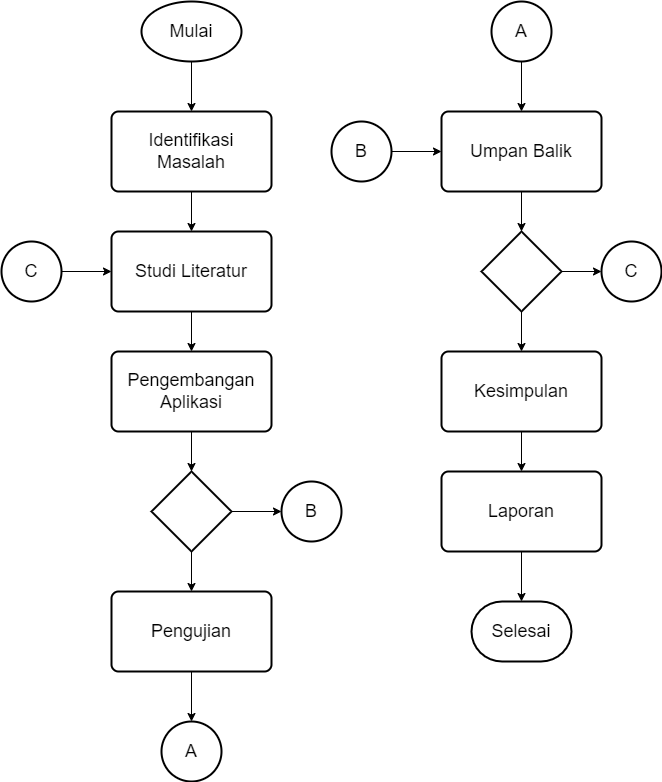
The draw.io diagram design/skripsi-flowchart.png in gldnpz17/skripsi-app, before a commit. Source tidied: cells renumbered, new cells last; positions are measured from the earlier drawing's top-left corner, leaving out a move shared by most shapes. Source of this version:
```xml
<mxGraphModel>
  <root>
    <mxCell id="0" />
    <mxCell id="1" parent="0" />
    <mxCell id="2" style="edgeStyle=none;html=1;entryX=0.5;entryY=0;entryDx=0;entryDy=0;fontSize=18;exitX=0.5;exitY=1;exitDx=0;exitDy=0;exitPerimeter=0;" parent="1" edge="1" source="11" target="4">
      <mxGeometry relative="1" as="geometry" />
    </mxCell>
    <mxCell id="3" style="edgeStyle=none;html=1;entryX=0.5;entryY=0;entryDx=0;entryDy=0;fontSize=18;" parent="1" edge="1" source="4" target="6">
      <mxGeometry relative="1" as="geometry" />
    </mxCell>
    <mxCell id="4" value="&lt;font style=&quot;font-size: 18px;&quot;&gt;Identifikasi Masalah&lt;/font&gt;" style="rounded=1;whiteSpace=wrap;html=1;absoluteArcSize=1;arcSize=14;strokeWidth=2;" parent="1" vertex="1">
      <mxGeometry x="110" y="110" width="160" height="80" as="geometry" />
    </mxCell>
    <mxCell id="5" style="edgeStyle=orthogonalEdgeStyle;html=1;fontSize=18;" parent="1" edge="1" source="6" target="8">
      <mxGeometry relative="1" as="geometry" />
    </mxCell>
    <mxCell id="6" value="&lt;font style=&quot;font-size: 18px;&quot;&gt;Studi Literatur&lt;/font&gt;" style="rounded=1;whiteSpace=wrap;html=1;absoluteArcSize=1;arcSize=14;strokeWidth=2;" parent="1" vertex="1">
      <mxGeometry x="110" y="230" width="160" height="80" as="geometry" />
    </mxCell>
    <mxCell id="7" style="edgeStyle=orthogonalEdgeStyle;html=1;entryX=0.5;entryY=0;entryDx=0;entryDy=0;entryPerimeter=0;fontSize=18;" parent="1" edge="1" source="8" target="10">
      <mxGeometry relative="1" as="geometry" />
    </mxCell>
    <mxCell id="8" value="&lt;font style=&quot;font-size: 18px;&quot;&gt;Pengembangan Aplikasi&lt;/font&gt;" style="rounded=1;whiteSpace=wrap;html=1;absoluteArcSize=1;arcSize=14;strokeWidth=2;" parent="1" vertex="1">
      <mxGeometry x="110" y="350" width="160" height="80" as="geometry" />
    </mxCell>
    <mxCell id="9" style="edgeStyle=orthogonalEdgeStyle;html=1;entryX=0;entryY=0.5;entryDx=0;entryDy=0;entryPerimeter=0;fontSize=18;" parent="1" edge="1" source="10" target="26">
      <mxGeometry relative="1" as="geometry" />
    </mxCell>
    <mxCell id="10" style="strokeWidth=2;html=1;shape=mxgraph.flowchart.decision;whiteSpace=wrap;fontSize=18;" parent="1" vertex="1">
      <mxGeometry x="150" y="470" width="80" height="80" as="geometry" />
    </mxCell>
    <mxCell id="11" value="Mulai" style="strokeWidth=2;html=1;shape=mxgraph.flowchart.start_1;whiteSpace=wrap;fontSize=18;" parent="1" vertex="1">
      <mxGeometry x="140" width="100" height="60" as="geometry" />
    </mxCell>
    <mxCell id="12" style="edgeStyle=orthogonalEdgeStyle;html=1;entryX=0.5;entryY=0;entryDx=0;entryDy=0;fontSize=18;entryPerimeter=0;" parent="1" edge="1" source="13" target="25">
      <mxGeometry relative="1" as="geometry" />
    </mxCell>
    <mxCell id="13" value="&lt;font style=&quot;font-size: 18px;&quot;&gt;Pengujian&lt;/font&gt;" style="rounded=1;whiteSpace=wrap;html=1;absoluteArcSize=1;arcSize=14;strokeWidth=2;" parent="1" vertex="1">
      <mxGeometry x="110" y="590" width="160" height="80" as="geometry" />
    </mxCell>
    <mxCell id="14" style="edgeStyle=orthogonalEdgeStyle;html=1;fontSize=18;" parent="1" edge="1" target="13">
      <mxGeometry relative="1" as="geometry">
        <mxPoint x="190" y="550" as="sourcePoint" />
      </mxGeometry>
    </mxCell>
    <mxCell id="15" value="&lt;font style=&quot;font-size: 18px;&quot;&gt;Selesai&lt;/font&gt;" style="strokeWidth=2;html=1;shape=mxgraph.flowchart.terminator;whiteSpace=wrap;" parent="1" vertex="1">
      <mxGeometry x="470" y="600" width="100" height="60" as="geometry" />
    </mxCell>
    <mxCell id="16" style="edgeStyle=orthogonalEdgeStyle;html=1;entryX=0.5;entryY=0;entryDx=0;entryDy=0;entryPerimeter=0;fontSize=18;" parent="1" edge="1" source="17" target="24">
      <mxGeometry relative="1" as="geometry" />
    </mxCell>
    <mxCell id="17" value="&lt;font style=&quot;font-size: 18px;&quot;&gt;Umpan Balik&lt;/font&gt;" style="rounded=1;whiteSpace=wrap;html=1;absoluteArcSize=1;arcSize=14;strokeWidth=2;" parent="1" vertex="1">
      <mxGeometry x="440" y="110" width="160" height="80" as="geometry" />
    </mxCell>
    <mxCell id="18" style="edgeStyle=orthogonalEdgeStyle;html=1;fontSize=18;" parent="1" edge="1" source="19" target="21">
      <mxGeometry relative="1" as="geometry" />
    </mxCell>
    <mxCell id="19" value="&lt;font style=&quot;font-size: 18px;&quot;&gt;Kesimpulan&lt;/font&gt;" style="rounded=1;whiteSpace=wrap;html=1;absoluteArcSize=1;arcSize=14;strokeWidth=2;" parent="1" vertex="1">
      <mxGeometry x="440" y="350" width="160" height="80" as="geometry" />
    </mxCell>
    <mxCell id="20" style="edgeStyle=orthogonalEdgeStyle;html=1;entryX=0.5;entryY=0;entryDx=0;entryDy=0;entryPerimeter=0;fontSize=18;" parent="1" edge="1" source="21" target="15">
      <mxGeometry relative="1" as="geometry" />
    </mxCell>
    <mxCell id="21" value="&lt;font style=&quot;font-size: 18px;&quot;&gt;Laporan&lt;/font&gt;" style="rounded=1;whiteSpace=wrap;html=1;absoluteArcSize=1;arcSize=14;strokeWidth=2;" parent="1" vertex="1">
      <mxGeometry x="440" y="470" width="160" height="80" as="geometry" />
    </mxCell>
    <mxCell id="22" style="edgeStyle=orthogonalEdgeStyle;html=1;entryX=0.5;entryY=0;entryDx=0;entryDy=0;fontSize=18;" parent="1" edge="1" source="24" target="19">
      <mxGeometry relative="1" as="geometry" />
    </mxCell>
    <mxCell id="23" style="edgeStyle=orthogonalEdgeStyle;html=1;fontSize=18;entryX=0;entryY=0.5;entryDx=0;entryDy=0;entryPerimeter=0;" parent="1" edge="1" source="24" target="31">
      <mxGeometry relative="1" as="geometry" />
    </mxCell>
    <mxCell id="24" style="strokeWidth=2;html=1;shape=mxgraph.flowchart.decision;whiteSpace=wrap;fontSize=18;" parent="1" vertex="1">
      <mxGeometry x="480" y="230" width="80" height="80" as="geometry" />
    </mxCell>
    <mxCell id="25" value="A" style="strokeWidth=2;html=1;shape=mxgraph.flowchart.start_2;whiteSpace=wrap;fontSize=18;" parent="1" vertex="1">
      <mxGeometry x="160" y="720" width="60" height="60" as="geometry" />
    </mxCell>
    <mxCell id="26" value="B" style="strokeWidth=2;html=1;shape=mxgraph.flowchart.start_2;whiteSpace=wrap;fontSize=18;" parent="1" vertex="1">
      <mxGeometry x="280" y="480" width="60" height="60" as="geometry" />
    </mxCell>
    <mxCell id="27" style="edgeStyle=orthogonalEdgeStyle;html=1;entryX=0.5;entryY=0;entryDx=0;entryDy=0;fontSize=18;" parent="1" edge="1" source="28" target="17">
      <mxGeometry relative="1" as="geometry" />
    </mxCell>
    <mxCell id="28" value="A" style="strokeWidth=2;html=1;shape=mxgraph.flowchart.start_2;whiteSpace=wrap;fontSize=18;" parent="1" vertex="1">
      <mxGeometry x="490" width="60" height="60" as="geometry" />
    </mxCell>
    <mxCell id="29" style="edgeStyle=orthogonalEdgeStyle;html=1;entryX=0;entryY=0.5;entryDx=0;entryDy=0;fontSize=18;" parent="1" edge="1" source="30" target="17">
      <mxGeometry relative="1" as="geometry" />
    </mxCell>
    <mxCell id="30" value="B" style="strokeWidth=2;html=1;shape=mxgraph.flowchart.start_2;whiteSpace=wrap;fontSize=18;" parent="1" vertex="1">
      <mxGeometry x="330" y="120" width="60" height="60" as="geometry" />
    </mxCell>
    <mxCell id="31" value="C" style="strokeWidth=2;html=1;shape=mxgraph.flowchart.start_2;whiteSpace=wrap;fontSize=18;" parent="1" vertex="1">
      <mxGeometry x="600" y="240" width="60" height="60" as="geometry" />
    </mxCell>
    <mxCell id="32" style="edgeStyle=orthogonalEdgeStyle;html=1;entryX=0;entryY=0.5;entryDx=0;entryDy=0;fontSize=18;" parent="1" edge="1" source="33" target="6">
      <mxGeometry relative="1" as="geometry" />
    </mxCell>
    <mxCell id="33" value="C" style="strokeWidth=2;html=1;shape=mxgraph.flowchart.start_2;whiteSpace=wrap;fontSize=18;" parent="1" vertex="1">
      <mxGeometry y="240" width="60" height="60" as="geometry" />
    </mxCell>
  </root>
</mxGraphModel>
```
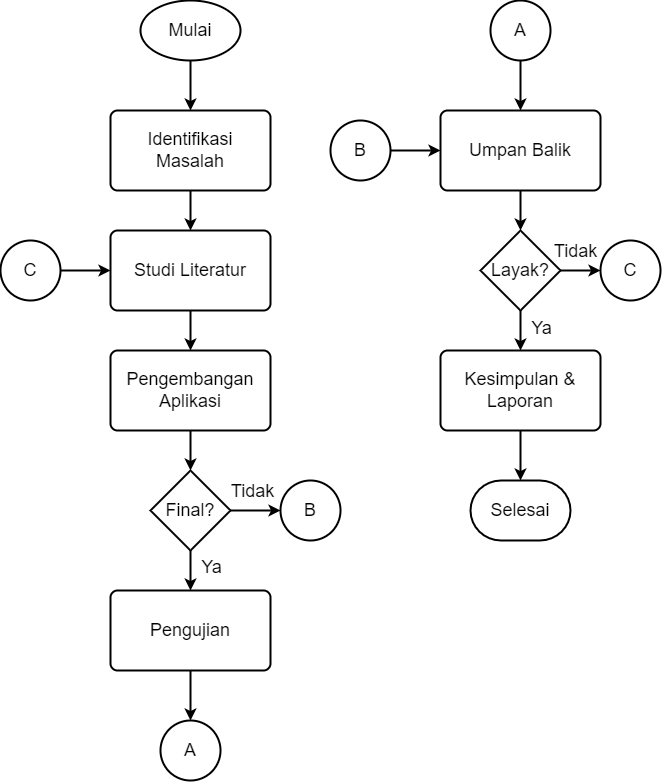
The same diagram one commit later.

The edit, as a diff of the source:
```diff
@@ -2,75 +2,89 @@
   <root>
     <mxCell id="0" />
     <mxCell id="1" parent="0" />
-    <mxCell id="2" style="edgeStyle=none;html=1;entryX=0.5;entryY=0;entryDx=0;entryDy=0;fontSize=18;exitX=0.5;exitY=1;exitDx=0;exitDy=0;exitPerimeter=0;" parent="1" edge="1" source="11" target="4">
+    <mxCell id="2" style="edgeStyle=none;html=1;entryX=0.5;entryY=0;entryDx=0;entryDy=0;fontSize=18;exitX=0.5;exitY=1;exitDx=0;exitDy=0;exitPerimeter=0;strokeWidth=2;" parent="1" edge="1" source="11" target="4">
       <mxGeometry relative="1" as="geometry" />
     </mxCell>
-    <mxCell id="3" style="edgeStyle=none;html=1;entryX=0.5;entryY=0;entryDx=0;entryDy=0;fontSize=18;" parent="1" edge="1" source="4" target="6">
+    <mxCell id="3" style="edgeStyle=none;html=1;entryX=0.5;entryY=0;entryDx=0;entryDy=0;fontSize=18;strokeWidth=2;" parent="1" edge="1" source="4" target="6">
       <mxGeometry relative="1" as="geometry" />
     </mxCell>
     <mxCell id="4" value="&lt;font style=&quot;font-size: 18px;&quot;&gt;Identifikasi Masalah&lt;/font&gt;" style="rounded=1;whiteSpace=wrap;html=1;absoluteArcSize=1;arcSize=14;strokeWidth=2;" parent="1" vertex="1">
       <mxGeometry x="110" y="110" width="160" height="80" as="geometry" />
     </mxCell>
-    <mxCell id="5" style="edgeStyle=orthogonalEdgeStyle;html=1;fontSize=18;" parent="1" edge="1" source="6" target="8">
+    <mxCell id="5" style="edgeStyle=orthogonalEdgeStyle;html=1;fontSize=18;strokeWidth=2;" parent="1" edge="1" source="6" target="8">
       <mxGeometry relative="1" as="geometry" />
     </mxCell>
     <mxCell id="6" value="&lt;font style=&quot;font-size: 18px;&quot;&gt;Studi Literatur&lt;/font&gt;" style="rounded=1;whiteSpace=wrap;html=1;absoluteArcSize=1;arcSize=14;strokeWidth=2;" parent="1" vertex="1">
       <mxGeometry x="110" y="230" width="160" height="80" as="geometry" />
     </mxCell>
-    <mxCell id="7" style="edgeStyle=orthogonalEdgeStyle;html=1;entryX=0.5;entryY=0;entryDx=0;entryDy=0;entryPerimeter=0;fontSize=18;" parent="1" edge="1" source="8" target="10">
+    <mxCell id="7" style="edgeStyle=orthogonalEdgeStyle;html=1;entryX=0.5;entryY=0;entryDx=0;entryDy=0;entryPerimeter=0;fontSize=18;strokeWidth=2;" parent="1" edge="1" source="8" target="10">
       <mxGeometry relative="1" as="geometry" />
     </mxCell>
     <mxCell id="8" value="&lt;font style=&quot;font-size: 18px;&quot;&gt;Pengembangan Aplikasi&lt;/font&gt;" style="rounded=1;whiteSpace=wrap;html=1;absoluteArcSize=1;arcSize=14;strokeWidth=2;" parent="1" vertex="1">
       <mxGeometry x="110" y="350" width="160" height="80" as="geometry" />
     </mxCell>
-    <mxCell id="9" style="edgeStyle=orthogonalEdgeStyle;html=1;entryX=0;entryY=0.5;entryDx=0;entryDy=0;entryPerimeter=0;fontSize=18;" parent="1" edge="1" source="10" target="26">
+    <mxCell id="9" style="edgeStyle=orthogonalEdgeStyle;html=1;entryX=0;entryY=0.5;entryDx=0;entryDy=0;entryPerimeter=0;fontSize=18;strokeWidth=2;" parent="1" edge="1" source="10" target="26">
       <mxGeometry relative="1" as="geometry" />
     </mxCell>
+    <mxCell id="34" value="&lt;font style=&quot;font-size: 18px;&quot;&gt;Tidak&lt;/font&gt;" style="edgeLabel;html=1;align=center;verticalAlign=middle;" parent="9" vertex="1">
+      <mxGeometry x="-0.74" y="1" relative="1" as="geometry">
+        <mxPoint x="14" y="-19" as="offset" />
+      </mxGeometry>
+    </mxCell>
-    <mxCell id="10" style="strokeWidth=2;html=1;shape=mxgraph.flowchart.decision;whiteSpace=wrap;fontSize=18;" parent="1" vertex="1">
+    <mxCell id="10" value="Final?" style="strokeWidth=2;html=1;shape=mxgraph.flowchart.decision;whiteSpace=wrap;fontSize=18;" parent="1" vertex="1">
       <mxGeometry x="150" y="470" width="80" height="80" as="geometry" />
     </mxCell>
     <mxCell id="11" value="Mulai" style="strokeWidth=2;html=1;shape=mxgraph.flowchart.start_1;whiteSpace=wrap;fontSize=18;" parent="1" vertex="1">
       <mxGeometry x="140" width="100" height="60" as="geometry" />
     </mxCell>
-    <mxCell id="12" style="edgeStyle=orthogonalEdgeStyle;html=1;entryX=0.5;entryY=0;entryDx=0;entryDy=0;fontSize=18;entryPerimeter=0;" parent="1" edge="1" source="13" target="25">
+    <mxCell id="12" style="edgeStyle=orthogonalEdgeStyle;html=1;entryX=0.5;entryY=0;entryDx=0;entryDy=0;fontSize=18;entryPerimeter=0;strokeWidth=2;" parent="1" edge="1" source="13" target="25">
       <mxGeometry relative="1" as="geometry" />
     </mxCell>
     <mxCell id="13" value="&lt;font style=&quot;font-size: 18px;&quot;&gt;Pengujian&lt;/font&gt;" style="rounded=1;whiteSpace=wrap;html=1;absoluteArcSize=1;arcSize=14;strokeWidth=2;" parent="1" vertex="1">
       <mxGeometry x="110" y="590" width="160" height="80" as="geometry" />
     </mxCell>
-    <mxCell id="14" style="edgeStyle=orthogonalEdgeStyle;html=1;fontSize=18;" parent="1" edge="1" target="13">
+    <mxCell id="14" style="edgeStyle=orthogonalEdgeStyle;html=1;fontSize=18;strokeWidth=2;" parent="1" edge="1" target="13">
       <mxGeometry relative="1" as="geometry">
         <mxPoint x="190" y="550" as="sourcePoint" />
       </mxGeometry>
     </mxCell>
+    <mxCell id="35" value="&lt;font style=&quot;font-size: 18px;&quot;&gt;Ya&lt;/font&gt;" style="edgeLabel;html=1;align=center;verticalAlign=middle;" parent="14" vertex="1">
+      <mxGeometry x="-0.78" relative="1" as="geometry">
+        <mxPoint x="20" y="12" as="offset" />
+      </mxGeometry>
+    </mxCell>
     <mxCell id="15" value="&lt;font style=&quot;font-size: 18px;&quot;&gt;Selesai&lt;/font&gt;" style="strokeWidth=2;html=1;shape=mxgraph.flowchart.terminator;whiteSpace=wrap;" parent="1" vertex="1">
-      <mxGeometry x="470" y="600" width="100" height="60" as="geometry" />
+      <mxGeometry x="470" y="480" width="100" height="60" as="geometry" />
     </mxCell>
-    <mxCell id="16" style="edgeStyle=orthogonalEdgeStyle;html=1;entryX=0.5;entryY=0;entryDx=0;entryDy=0;entryPerimeter=0;fontSize=18;" parent="1" edge="1" source="17" target="24">
+    <mxCell id="16" style="edgeStyle=orthogonalEdgeStyle;html=1;entryX=0.5;entryY=0;entryDx=0;entryDy=0;entryPerimeter=0;fontSize=18;strokeWidth=2;" parent="1" edge="1" source="17" target="24">
       <mxGeometry relative="1" as="geometry" />
     </mxCell>
     <mxCell id="17" value="&lt;font style=&quot;font-size: 18px;&quot;&gt;Umpan Balik&lt;/font&gt;" style="rounded=1;whiteSpace=wrap;html=1;absoluteArcSize=1;arcSize=14;strokeWidth=2;" parent="1" vertex="1">
       <mxGeometry x="440" y="110" width="160" height="80" as="geometry" />
     </mxCell>
-    <mxCell id="18" style="edgeStyle=orthogonalEdgeStyle;html=1;fontSize=18;" parent="1" edge="1" source="19" target="21">
-      <mxGeometry relative="1" as="geometry" />
-    </mxCell>
-    <mxCell id="19" value="&lt;font style=&quot;font-size: 18px;&quot;&gt;Kesimpulan&lt;/font&gt;" style="rounded=1;whiteSpace=wrap;html=1;absoluteArcSize=1;arcSize=14;strokeWidth=2;" parent="1" vertex="1">
+    <mxCell id="19" value="&lt;font style=&quot;font-size: 18px;&quot;&gt;Kesimpulan &amp;amp; Laporan&lt;/font&gt;" style="rounded=1;whiteSpace=wrap;html=1;absoluteArcSize=1;arcSize=14;strokeWidth=2;" parent="1" vertex="1">
       <mxGeometry x="440" y="350" width="160" height="80" as="geometry" />
     </mxCell>
-    <mxCell id="20" style="edgeStyle=orthogonalEdgeStyle;html=1;entryX=0.5;entryY=0;entryDx=0;entryDy=0;entryPerimeter=0;fontSize=18;" parent="1" edge="1" source="21" target="15">
+    <mxCell id="20" style="edgeStyle=orthogonalEdgeStyle;html=1;entryX=0.5;entryY=0;entryDx=0;entryDy=0;entryPerimeter=0;fontSize=18;strokeWidth=2;" parent="1" edge="1" source="19" target="15">
       <mxGeometry relative="1" as="geometry" />
     </mxCell>
-    <mxCell id="21" value="&lt;font style=&quot;font-size: 18px;&quot;&gt;Laporan&lt;/font&gt;" style="rounded=1;whiteSpace=wrap;html=1;absoluteArcSize=1;arcSize=14;strokeWidth=2;" parent="1" vertex="1">
-      <mxGeometry x="440" y="470" width="160" height="80" as="geometry" />
-    </mxCell>
-    <mxCell id="22" style="edgeStyle=orthogonalEdgeStyle;html=1;entryX=0.5;entryY=0;entryDx=0;entryDy=0;fontSize=18;" parent="1" edge="1" source="24" target="19">
+    <mxCell id="22" style="edgeStyle=orthogonalEdgeStyle;html=1;entryX=0.5;entryY=0;entryDx=0;entryDy=0;fontSize=18;strokeWidth=2;" parent="1" edge="1" source="24" target="19">
       <mxGeometry relative="1" as="geometry" />
     </mxCell>
+    <mxCell id="36" value="&lt;font style=&quot;font-size: 18px;&quot;&gt;Ya&lt;/font&gt;" style="edgeLabel;html=1;align=center;verticalAlign=middle;" parent="22" vertex="1">
+      <mxGeometry x="-0.77" relative="1" as="geometry">
+        <mxPoint x="20" y="13" as="offset" />
+      </mxGeometry>
+    </mxCell>
-    <mxCell id="23" style="edgeStyle=orthogonalEdgeStyle;html=1;fontSize=18;entryX=0;entryY=0.5;entryDx=0;entryDy=0;entryPerimeter=0;" parent="1" edge="1" source="24" target="31">
+    <mxCell id="23" style="edgeStyle=orthogonalEdgeStyle;html=1;fontSize=18;entryX=0;entryY=0.5;entryDx=0;entryDy=0;entryPerimeter=0;strokeWidth=2;" parent="1" edge="1" source="24" target="31">
       <mxGeometry relative="1" as="geometry" />
     </mxCell>
+    <mxCell id="37" value="&lt;font style=&quot;font-size: 18px;&quot;&gt;Tidak&lt;/font&gt;" style="edgeLabel;html=1;align=center;verticalAlign=middle;" parent="23" vertex="1">
+      <mxGeometry x="-0.26" y="-1" relative="1" as="geometry">
+        <mxPoint y="-21" as="offset" />
+      </mxGeometry>
+    </mxCell>
-    <mxCell id="24" style="strokeWidth=2;html=1;shape=mxgraph.flowchart.decision;whiteSpace=wrap;fontSize=18;" parent="1" vertex="1">
+    <mxCell id="24" value="Layak?" style="strokeWidth=2;html=1;shape=mxgraph.flowchart.decision;whiteSpace=wrap;fontSize=18;" parent="1" vertex="1">
       <mxGeometry x="480" y="230" width="80" height="80" as="geometry" />
     </mxCell>
     <mxCell id="25" value="A" style="strokeWidth=2;html=1;shape=mxgraph.flowchart.start_2;whiteSpace=wrap;fontSize=18;" parent="1" vertex="1">
@@ -79,13 +93,13 @@
     <mxCell id="26" value="B" style="strokeWidth=2;html=1;shape=mxgraph.flowchart.start_2;whiteSpace=wrap;fontSize=18;" parent="1" vertex="1">
       <mxGeometry x="280" y="480" width="60" height="60" as="geometry" />
     </mxCell>
-    <mxCell id="27" style="edgeStyle=orthogonalEdgeStyle;html=1;entryX=0.5;entryY=0;entryDx=0;entryDy=0;fontSize=18;" parent="1" edge="1" source="28" target="17">
+    <mxCell id="27" style="edgeStyle=orthogonalEdgeStyle;html=1;entryX=0.5;entryY=0;entryDx=0;entryDy=0;fontSize=18;strokeWidth=2;" parent="1" edge="1" source="28" target="17">
       <mxGeometry relative="1" as="geometry" />
     </mxCell>
     <mxCell id="28" value="A" style="strokeWidth=2;html=1;shape=mxgraph.flowchart.start_2;whiteSpace=wrap;fontSize=18;" parent="1" vertex="1">
       <mxGeometry x="490" width="60" height="60" as="geometry" />
     </mxCell>
-    <mxCell id="29" style="edgeStyle=orthogonalEdgeStyle;html=1;entryX=0;entryY=0.5;entryDx=0;entryDy=0;fontSize=18;" parent="1" edge="1" source="30" target="17">
+    <mxCell id="29" style="edgeStyle=orthogonalEdgeStyle;html=1;entryX=0;entryY=0.5;entryDx=0;entryDy=0;fontSize=18;strokeWidth=2;" parent="1" edge="1" source="30" target="17">
       <mxGeometry relative="1" as="geometry" />
     </mxCell>
     <mxCell id="30" value="B" style="strokeWidth=2;html=1;shape=mxgraph.flowchart.start_2;whiteSpace=wrap;fontSize=18;" parent="1" vertex="1">
@@ -94,7 +108,7 @@
     <mxCell id="31" value="C" style="strokeWidth=2;html=1;shape=mxgraph.flowchart.start_2;whiteSpace=wrap;fontSize=18;" parent="1" vertex="1">
       <mxGeometry x="600" y="240" width="60" height="60" as="geometry" />
     </mxCell>
-    <mxCell id="32" style="edgeStyle=orthogonalEdgeStyle;html=1;entryX=0;entryY=0.5;entryDx=0;entryDy=0;fontSize=18;" parent="1" edge="1" source="33" target="6">
+    <mxCell id="32" style="edgeStyle=orthogonalEdgeStyle;html=1;entryX=0;entryY=0.5;entryDx=0;entryDy=0;fontSize=18;strokeWidth=2;" parent="1" edge="1" source="33" target="6">
       <mxGeometry relative="1" as="geometry" />
     </mxCell>
     <mxCell id="33" value="C" style="strokeWidth=2;html=1;shape=mxgraph.flowchart.start_2;whiteSpace=wrap;fontSize=18;" parent="1" vertex="1">
```
